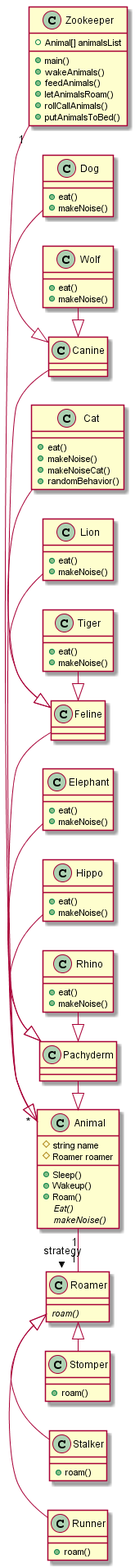
This is Q2/Q2-With-Strategy.png from AbhiniveshP/OOAD-Project-2, a PlantUML export, as it was before one commit.
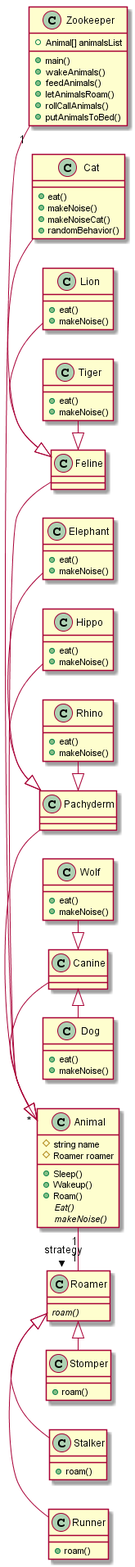
After the change.

Diff of the diagram source:
```diff
@@ -29,11 +29,11 @@
 Stalker : +roam()
 Stomper : +roam()
 
-Canine -down|> Animal
-Feline -down|> Animal
-Pachyderm -down|> Animal
+Canine -|> Animal
+Feline -|> Animal
+Pachyderm -|> Animal
 
-Dog -|> Canine
+Dog -up|> Canine
 Wolf -|> Canine
 
 Cat -|> Feline
```
